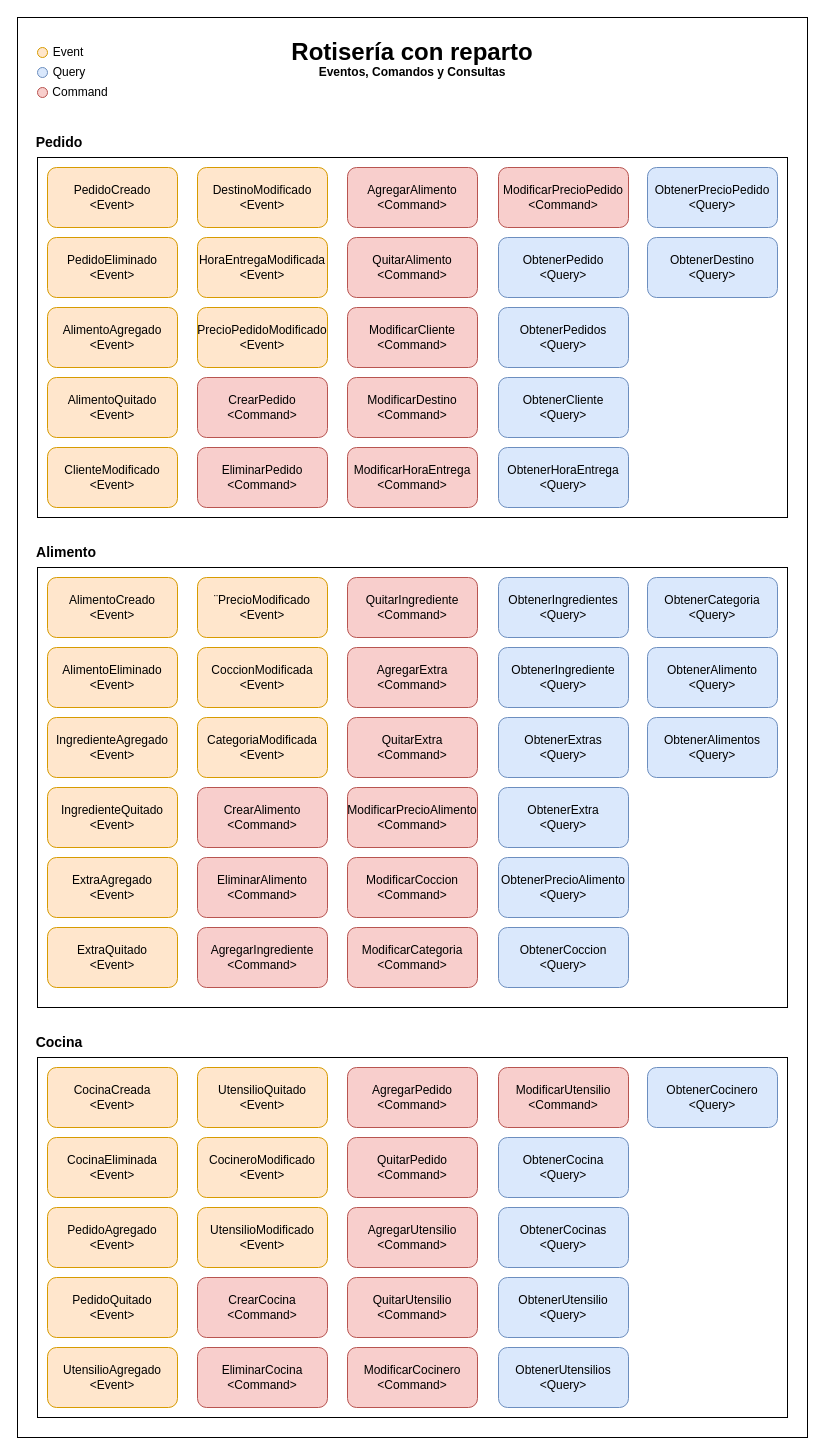
Above: page "Eventos-Comandos-Consultas" (3 of 3) of Modelo/ModeloRotiseriaDDD_Reto.drawio in collazomathias/Rotiseria (draw.io), before the change. Source tidied: cells renumbered, new cells numbered last; positions are measured from the earlier drawing's top-left corner, leaving out a move shared by most shapes. Both pictures are drawn from the tidied source at 100%, with x=0, y=0 at pixel (17, 17).
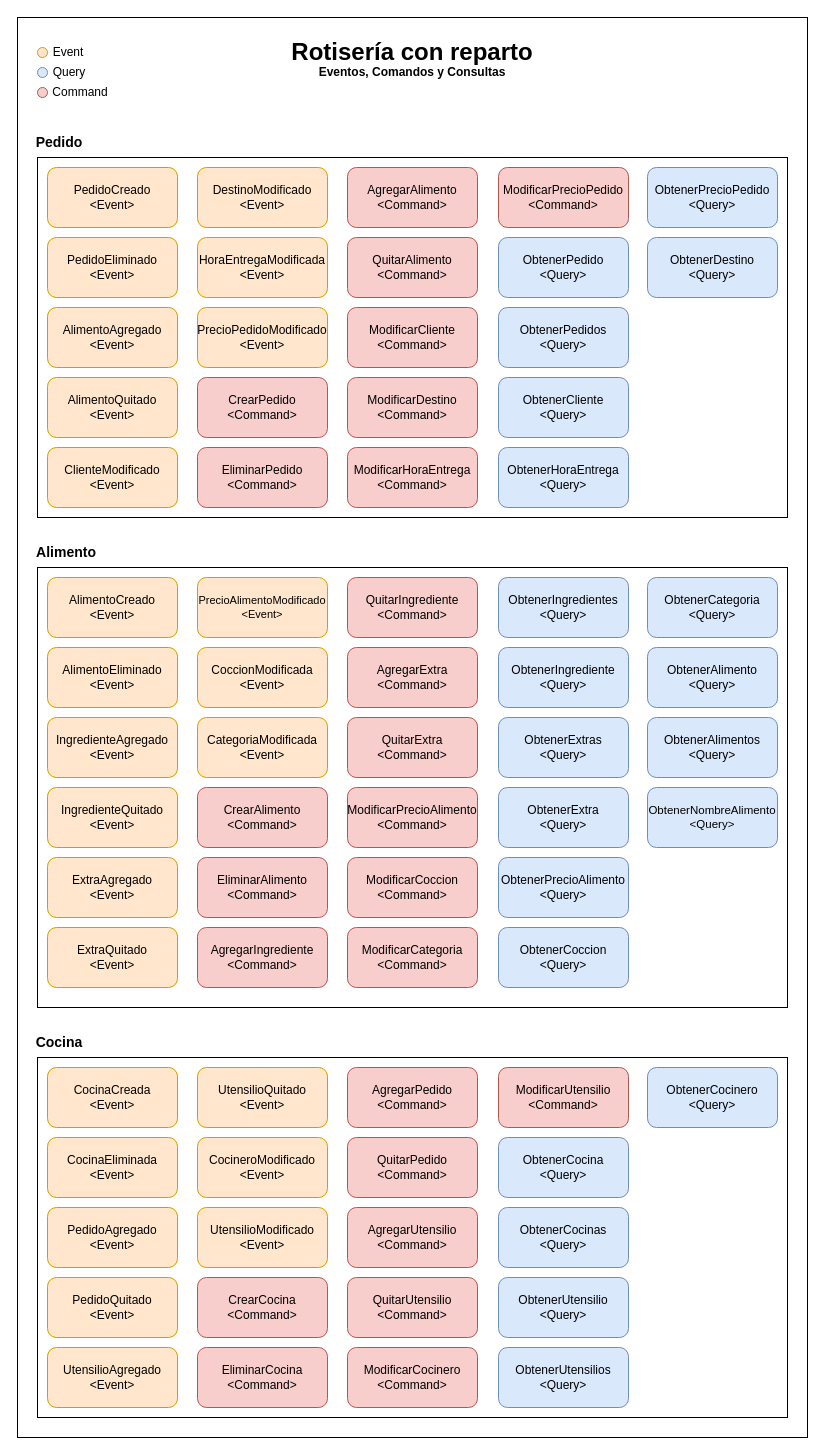
The same page after the edit.

Diff of the diagram source:
```diff
@@
-    <mxCell id="35" value="&lt;font style=&quot;font-size: 12px&quot;&gt;¨PrecioModificado&lt;br&gt;&amp;lt;Event&amp;gt;&lt;br&gt;&lt;/font&gt;" style="rounded=1;whiteSpace=wrap;html=1;fontSize=7;fillColor=#ffe6cc;strokeColor=#d79b00;" parent="1" vertex="1">
+    <mxCell id="35" value="&lt;font style=&quot;font-size: 11px&quot;&gt;PrecioAlimentoModificado&lt;br&gt;&amp;lt;Event&amp;gt;&lt;br&gt;&lt;/font&gt;" style="rounded=1;whiteSpace=wrap;html=1;fontSize=7;fillColor=#ffe6cc;strokeColor=#d79b00;" parent="1" vertex="1">
       <mxGeometry x="180" y="560" width="130" height="60" as="geometry" />
     </mxCell>
@@
+    <mxCell id="87" value="&lt;font style=&quot;font-size: 11.5px&quot;&gt;ObtenerNombreAlimento&lt;br&gt;&amp;lt;Query&amp;gt;&lt;br&gt;&lt;/font&gt;" style="rounded=1;whiteSpace=wrap;html=1;fontSize=7;fillColor=#dae8fc;strokeColor=#6c8ebf;" parent="1" vertex="1">
+      <mxGeometry x="630" y="770" width="130" height="60" as="geometry" />
+    </mxCell>
```
